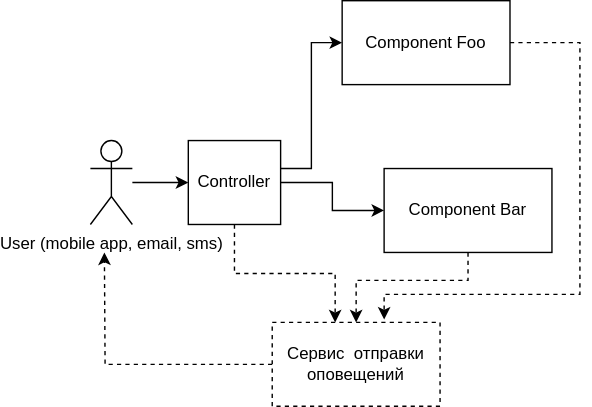
Above: notificator/static/current_arch.svg in Yandex-Practicum/architect-practice-tpl (draw.io), before the change. Source tidied: cells renumbered, new cells last; positions are measured from the earlier drawing's top-left corner, leaving out a move shared by most shapes.
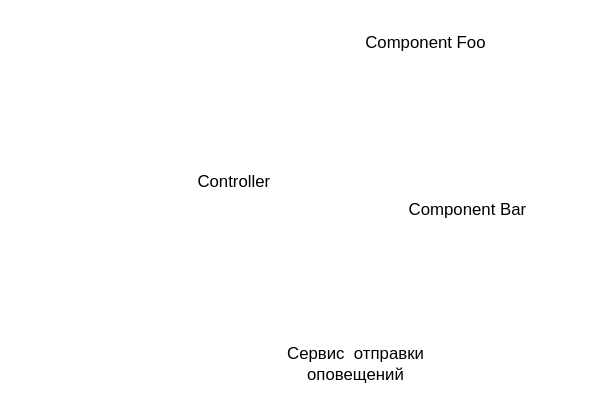
Later version of the same file.

Commit message:
img upd

Diff of the diagram source:
```diff
@@ -1,8 +1,8 @@
-<mxGraphModel>
+<mxGraphModel background="#000000">
   <root>
     <mxCell id="0" />
     <mxCell id="1" parent="0" />
-    <mxCell id="2" style="edgeStyle=orthogonalEdgeStyle;rounded=0;jettySize=auto;html=1;dashed=1;" parent="1" edge="1" source="3" target="7">
+    <mxCell id="2" style="edgeStyle=orthogonalEdgeStyle;rounded=0;jettySize=auto;html=1;dashed=1;strokeColor=#FFFFFF;" parent="1" edge="1" source="3" target="7">
       <mxGeometry relative="1" as="geometry">
         <Array as="points">
           <mxPoint x="270" y="200" />
@@ -10,30 +10,30 @@
         </Array>
       </mxGeometry>
     </mxCell>
-    <mxCell id="3" value="Component Bar" style="rounded=0;whiteSpace=wrap;html=1;" parent="1" vertex="1">
+    <mxCell id="3" value="Component Bar" style="rounded=0;whiteSpace=wrap;html=1;strokeColor=#FFFFFF;" parent="1" vertex="1">
       <mxGeometry x="210" y="120" width="120" height="60" as="geometry" />
     </mxCell>
-    <mxCell id="4" style="edgeStyle=orthogonalEdgeStyle;rounded=0;jettySize=auto;html=1;entryX=0;entryY=0.5;entryDx=0;entryDy=0;" parent="1" edge="1" source="11" target="3">
+    <mxCell id="4" style="edgeStyle=orthogonalEdgeStyle;rounded=0;jettySize=auto;html=1;entryX=0;entryY=0.5;entryDx=0;entryDy=0;strokeColor=#FFFFFF;" parent="1" edge="1" source="11" target="3">
       <mxGeometry relative="1" as="geometry" />
     </mxCell>
-    <mxCell id="5" value="User (mobile app, email, sms)" style="shape=umlActor;verticalLabelPosition=bottom;verticalAlign=top;html=1;outlineConnect=0;" parent="1" vertex="1">
+    <mxCell id="5" value="User (mobile app, email, sms)" style="shape=umlActor;verticalLabelPosition=bottom;verticalAlign=top;html=1;outlineConnect=0;strokeColor=#FFFFFF;fontColor=#FFFFFF;" parent="1" vertex="1">
       <mxGeometry y="100" width="30" height="60" as="geometry" />
     </mxCell>
-    <mxCell id="6" style="edgeStyle=orthogonalEdgeStyle;rounded=0;jettySize=auto;html=1;dashed=1;" parent="1" edge="1" source="7">
+    <mxCell id="6" style="edgeStyle=orthogonalEdgeStyle;rounded=0;jettySize=auto;html=1;dashed=1;strokeColor=#FFFFFF;" parent="1" edge="1" source="7">
       <mxGeometry relative="1" as="geometry">
         <mxPoint x="10" y="180" as="targetPoint" />
       </mxGeometry>
     </mxCell>
-    <mxCell id="7" value="Сервис &amp;nbsp;отправки оповещений" style="rounded=0;whiteSpace=wrap;html=1;dashed=1;" parent="1" vertex="1">
+    <mxCell id="7" value="Сервис &amp;nbsp;отправки оповещений" style="rounded=0;whiteSpace=wrap;html=1;dashed=1;strokeColor=#FFFFFF;" parent="1" vertex="1">
       <mxGeometry x="130" y="230" width="120" height="60" as="geometry" />
     </mxCell>
-    <mxCell id="8" value="Component Foo" style="rounded=0;whiteSpace=wrap;html=1;" parent="1" vertex="1">
+    <mxCell id="8" value="Component Foo" style="rounded=0;whiteSpace=wrap;html=1;strokeColor=#FFFFFF;" parent="1" vertex="1">
       <mxGeometry x="180" width="120" height="60" as="geometry" />
     </mxCell>
-    <mxCell id="9" style="edgeStyle=orthogonalEdgeStyle;rounded=0;jettySize=auto;html=1;entryX=0;entryY=0.5;entryDx=0;entryDy=0;" parent="1" edge="1" source="5" target="11">
+    <mxCell id="9" style="edgeStyle=orthogonalEdgeStyle;rounded=0;jettySize=auto;html=1;entryX=0;entryY=0.5;entryDx=0;entryDy=0;strokeColor=#FFFFFF;" parent="1" edge="1" source="5" target="11">
       <mxGeometry relative="1" as="geometry" />
     </mxCell>
-    <mxCell id="10" style="edgeStyle=orthogonalEdgeStyle;rounded=0;jettySize=auto;html=1;entryX=0;entryY=0.5;entryDx=0;entryDy=0;" parent="1" edge="1" source="11" target="8">
+    <mxCell id="10" style="edgeStyle=orthogonalEdgeStyle;rounded=0;jettySize=auto;html=1;entryX=0;entryY=0.5;entryDx=0;entryDy=0;strokeColor=#FFFFFF;" parent="1" edge="1" source="11" target="8">
       <mxGeometry relative="1" as="geometry">
         <Array as="points">
           <mxPoint x="158" y="120" />
@@ -41,13 +41,13 @@
         </Array>
       </mxGeometry>
     </mxCell>
-    <mxCell id="11" value="Controller" style="rounded=0;whiteSpace=wrap;html=1;" parent="1" vertex="1">
+    <mxCell id="11" value="Controller" style="rounded=0;whiteSpace=wrap;html=1;strokeColor=#FFFFFF;" parent="1" vertex="1">
       <mxGeometry x="70" y="100" width="66" height="60" as="geometry" />
     </mxCell>
-    <mxCell id="12" style="edgeStyle=orthogonalEdgeStyle;rounded=0;jettySize=auto;html=1;entryX=0.375;entryY=0;entryDx=0;entryDy=0;entryPerimeter=0;dashed=1;" parent="1" edge="1" source="11" target="7">
+    <mxCell id="12" style="edgeStyle=orthogonalEdgeStyle;rounded=0;jettySize=auto;html=1;entryX=0.375;entryY=0;entryDx=0;entryDy=0;entryPerimeter=0;dashed=1;strokeColor=#FFFFFF;" parent="1" edge="1" source="11" target="7">
       <mxGeometry relative="1" as="geometry" />
     </mxCell>
-    <mxCell id="13" style="edgeStyle=orthogonalEdgeStyle;rounded=0;jettySize=auto;html=1;entryX=0.667;entryY=-0.033;entryDx=0;entryDy=0;entryPerimeter=0;dashed=1;" parent="1" edge="1" source="8" target="7">
+    <mxCell id="13" style="edgeStyle=orthogonalEdgeStyle;rounded=0;jettySize=auto;html=1;entryX=0.667;entryY=-0.033;entryDx=0;entryDy=0;entryPerimeter=0;dashed=1;strokeColor=#FFFFFF;" parent="1" edge="1" source="8" target="7">
       <mxGeometry relative="1" as="geometry">
         <Array as="points">
           <mxPoint x="350" y="30" />
```
